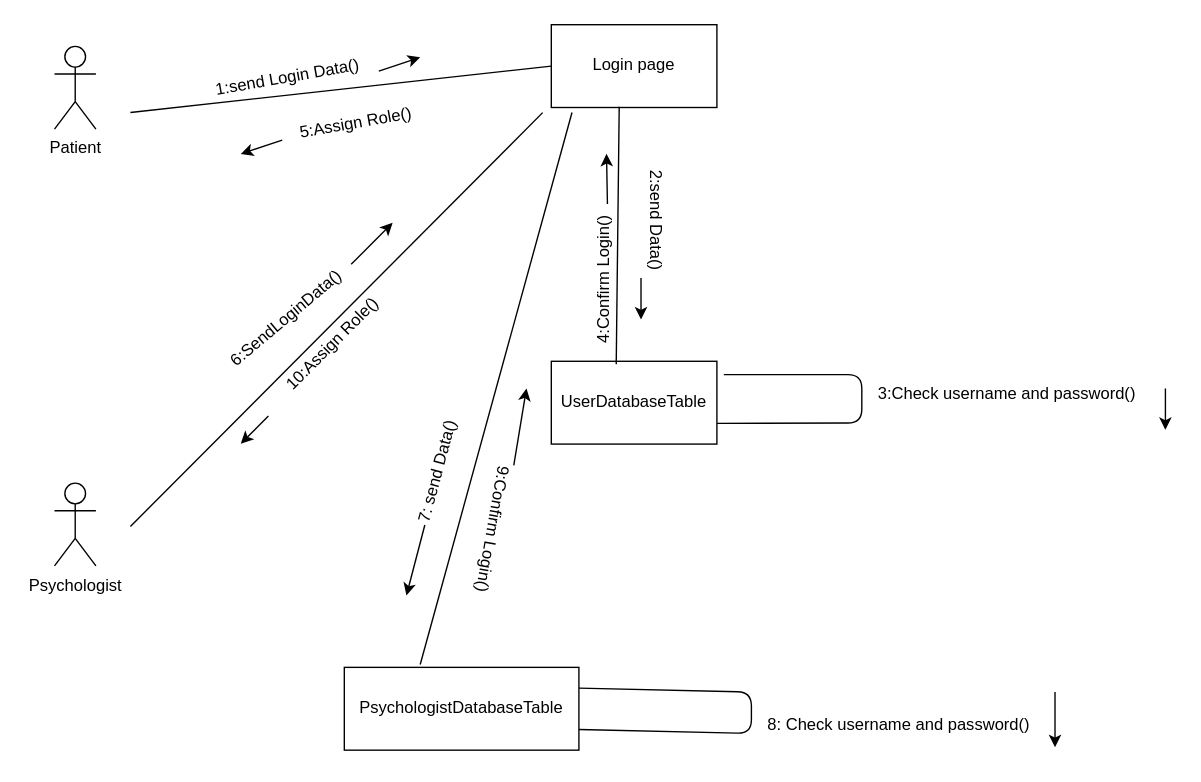
Earlier version of the draw.io diagram Communication Diagram/Communication Diagram UserLogin.drawio (mohammadamir98/Sama_sw1). Source tidied: cells renumbered, new cells numbered last; positions are measured from the earlier drawing's top-left corner, leaving out a move shared by most shapes. Both pictures are drawn from the tidied source at 138%, with x=0, y=0 at pixel (54, 23).
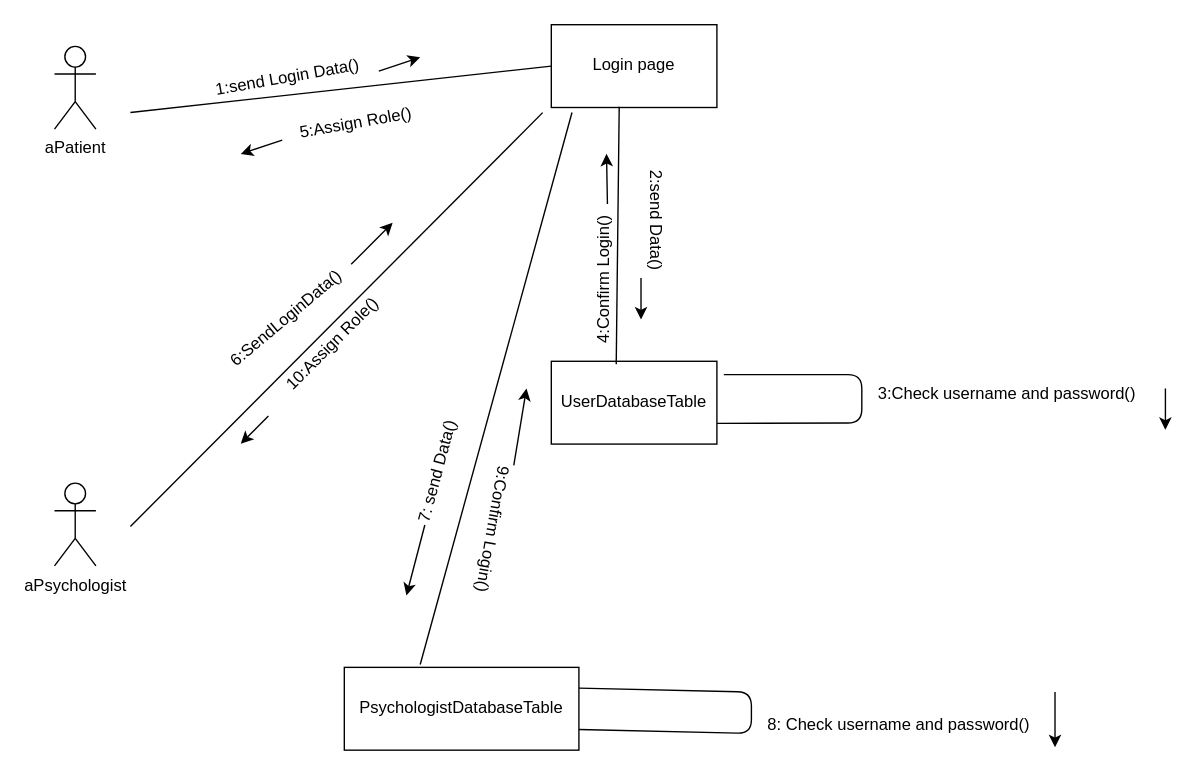
The same page after the edit.

What changed in the source:
```diff
@@
-    <mxCell id="2" value="&lt;div&gt;Psychologist&lt;/div&gt;&lt;div&gt;&lt;br&gt;&lt;/div&gt;" style="shape=umlActor;verticalLabelPosition=bottom;labelBackgroundColor=#ffffff;verticalAlign=top;html=1;" parent="1" vertex="1">
+    <mxCell id="2" value="&lt;div&gt;aPsychologist&lt;/div&gt;&lt;div&gt;&lt;br&gt;&lt;/div&gt;" style="shape=umlActor;verticalLabelPosition=bottom;labelBackgroundColor=#ffffff;verticalAlign=top;html=1;" parent="1" vertex="1">
       <mxGeometry y="332.6" width="30" height="60" as="geometry" />
     </mxCell>
-    <mxCell id="3" value="&lt;div&gt;Patient&lt;/div&gt;" style="shape=umlActor;verticalLabelPosition=bottom;labelBackgroundColor=#ffffff;verticalAlign=top;html=1;" parent="1" vertex="1">
+    <mxCell id="3" value="&lt;div&gt;aPatient&lt;/div&gt;" style="shape=umlActor;verticalLabelPosition=bottom;labelBackgroundColor=#ffffff;verticalAlign=top;html=1;" parent="1" vertex="1">
       <mxGeometry y="16.1" width="30" height="60" as="geometry" />
     </mxCell>
```
